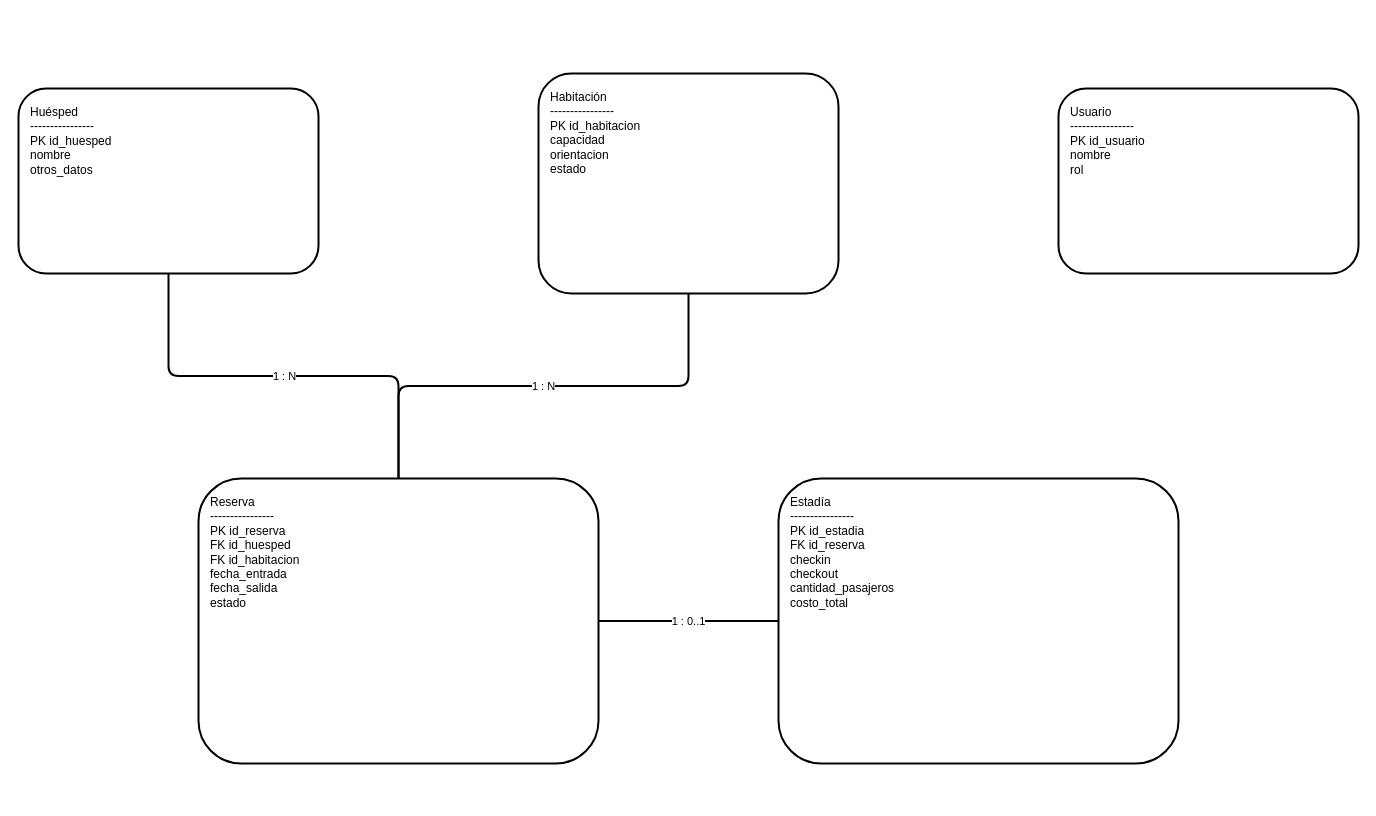
Before: diagramas-editables/03-modelo-base-datos.drawio in Yutre3/diego, a draw.io diagram. Source tidied: cells renumbered, new cells numbered last; positions are measured from the earlier drawing's top-left corner, leaving out a move shared by most shapes. Both pictures are drawn from the tidied source at 100%, with x=0, y=0 at pixel (18, 73).
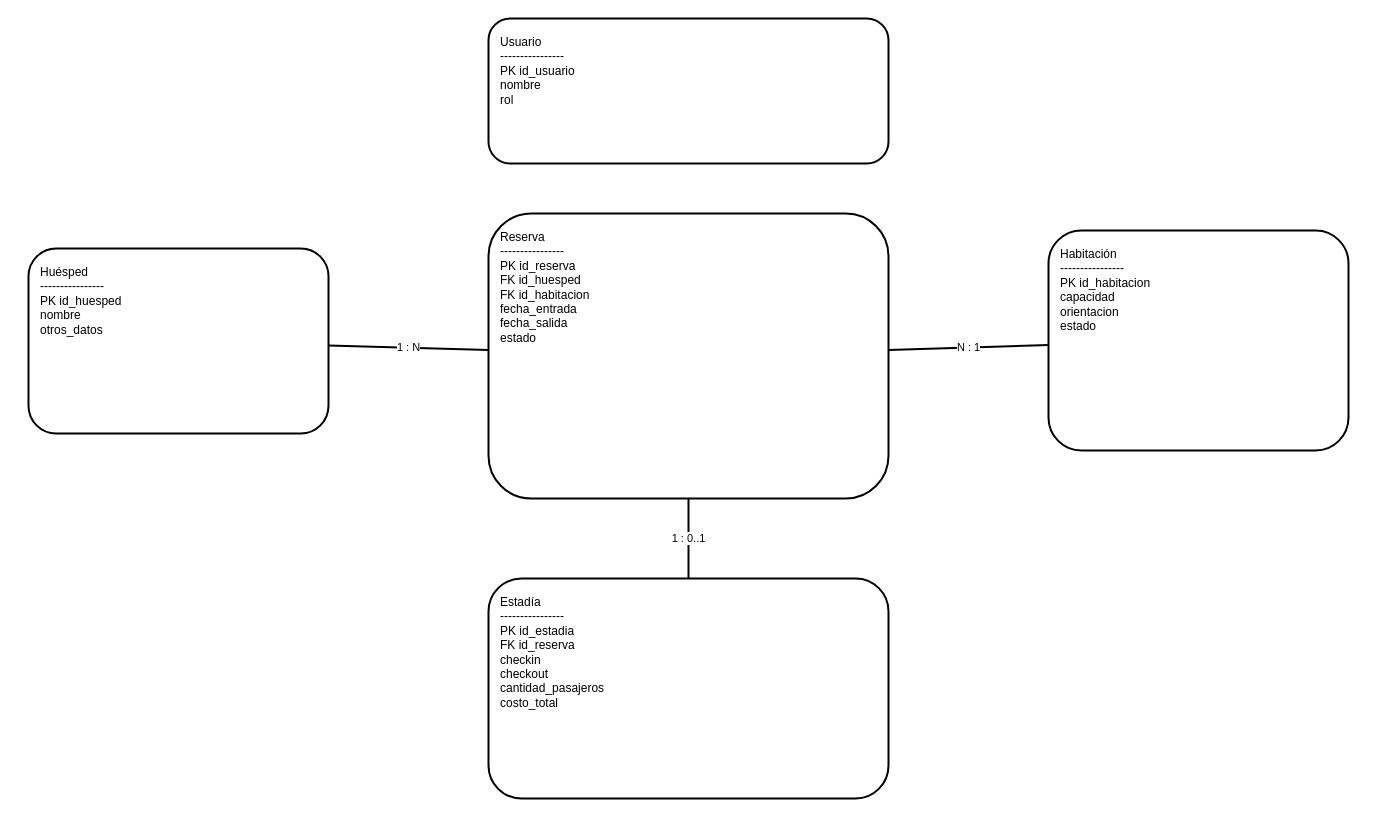
The same page after the edit.

Commit message:
Alinear editable del modelo de datos

What changed in the source:
```diff
@@
 <mxGraphModel>
   <root>
     <mxCell id="0" />
     <mxCell id="1" parent="0" />
+    <mxCell id="5" value="Reserva&#10;----------------&#10;PK id_reserva&#10;FK id_huesped&#10;FK id_habitacion&#10;fecha_entrada&#10;fecha_salida&#10;estado" style="rounded=1;whiteSpace=wrap;html=1;strokeWidth=2;align=left;verticalAlign=top;spacing=12;" parent="1" vertex="1">
+      <mxGeometry x="470" y="140" width="400" height="285" as="geometry" />
+    </mxCell>
     <mxCell id="2" value="Huésped&#10;----------------&#10;PK id_huesped&#10;nombre&#10;otros_datos" style="rounded=1;whiteSpace=wrap;html=1;strokeWidth=2;align=left;verticalAlign=top;spacing=12;" parent="1" vertex="1">
-      <mxGeometry y="15" width="300" height="185" as="geometry" />
+      <mxGeometry x="10" y="175" width="300" height="185" as="geometry" />
     </mxCell>
     <mxCell id="3" value="Habitación&#10;----------------&#10;PK id_habitacion&#10;capacidad&#10;orientacion&#10;estado" style="rounded=1;whiteSpace=wrap;html=1;strokeWidth=2;align=left;verticalAlign=top;spacing=12;" parent="1" vertex="1">
-      <mxGeometry x="520" width="300" height="220" as="geometry" />
+      <mxGeometry x="1030" y="157" width="300" height="220" as="geometry" />
     </mxCell>
+    <mxCell id="6" value="Estadía&#10;----------------&#10;PK id_estadia&#10;FK id_reserva&#10;checkin&#10;checkout&#10;cantidad_pasajeros&#10;costo_total" style="rounded=1;whiteSpace=wrap;html=1;strokeWidth=2;align=left;verticalAlign=top;spacing=12;" parent="1" vertex="1">
+      <mxGeometry x="470" y="505" width="400" height="220" as="geometry" />
+    </mxCell>
     <mxCell id="4" value="Usuario&#10;----------------&#10;PK id_usuario&#10;nombre&#10;rol" style="rounded=1;whiteSpace=wrap;html=1;strokeWidth=2;align=left;verticalAlign=top;spacing=12;" parent="1" vertex="1">
-      <mxGeometry x="1040" y="15" width="300" height="185" as="geometry" />
+      <mxGeometry x="470" y="-55" width="400" height="145" as="geometry" />
     </mxCell>
-    <mxCell id="5" value="Reserva&#10;----------------&#10;PK id_reserva&#10;FK id_huesped&#10;FK id_habitacion&#10;fecha_entrada&#10;fecha_salida&#10;estado" style="rounded=1;whiteSpace=wrap;html=1;strokeWidth=2;align=left;verticalAlign=top;spacing=12;" parent="1" vertex="1">
-      <mxGeometry x="180" y="405" width="400" height="285" as="geometry" />
-    </mxCell>
-    <mxCell id="6" value="Estadía&#10;----------------&#10;PK id_estadia&#10;FK id_reserva&#10;checkin&#10;checkout&#10;cantidad_pasajeros&#10;costo_total" style="rounded=1;whiteSpace=wrap;html=1;strokeWidth=2;align=left;verticalAlign=top;spacing=12;" parent="1" vertex="1">
-      <mxGeometry x="760" y="405" width="400" height="285" as="geometry" />
-    </mxCell>
-    <mxCell id="7" value="1 : N" style="edgeStyle=orthogonalEdgeStyle;endArrow=none;html=1;strokeWidth=2;" parent="1" edge="1" source="2" target="5">
+    <mxCell id="7" value="1 : N" style="endArrow=none;html=1;strokeWidth=2;" parent="1" edge="1" source="2" target="5">
       <mxGeometry relative="1" as="geometry" />
     </mxCell>
-    <mxCell id="8" value="1 : N" style="edgeStyle=orthogonalEdgeStyle;endArrow=none;html=1;strokeWidth=2;" parent="1" edge="1" source="3" target="5">
+    <mxCell id="8" value="N : 1" style="endArrow=none;html=1;strokeWidth=2;" parent="1" edge="1" source="5" target="3">
       <mxGeometry relative="1" as="geometry" />
     </mxCell>
-    <mxCell id="9" value="1 : 0..1" style="edgeStyle=orthogonalEdgeStyle;endArrow=none;html=1;strokeWidth=2;" parent="1" edge="1" source="5" target="6">
+    <mxCell id="9" value="1 : 0..1" style="endArrow=none;html=1;strokeWidth=2;" parent="1" edge="1" source="5" target="6">
       <mxGeometry relative="1" as="geometry" />
     </mxCell>
   </root>
 </mxGraphModel>
```
